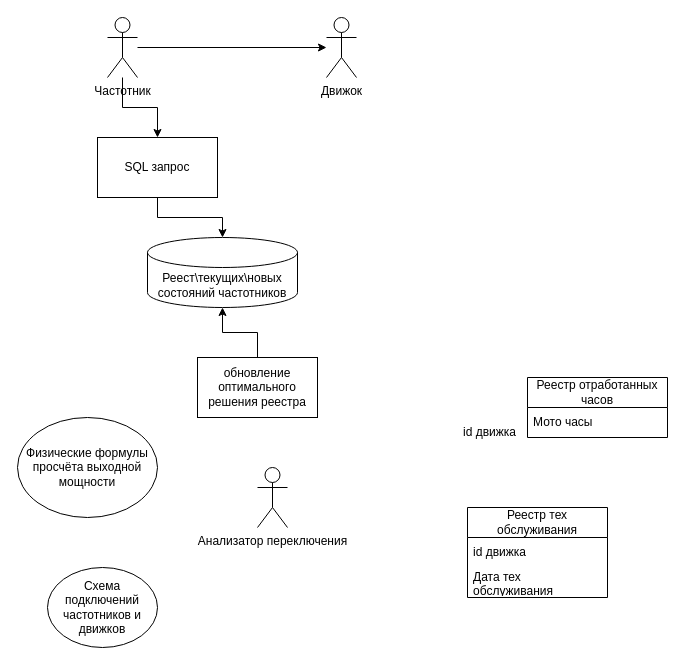
Above: Диаграмма без названия.drawio in StasLina/DrawIO (draw.io), before the change. Source tidied: cells renumbered, new cells numbered last; positions are measured from the earlier drawing's top-left corner, leaving out a move shared by most shapes. Both pictures are drawn from the tidied source at 100%, with x=0, y=0 at pixel (17, 17).
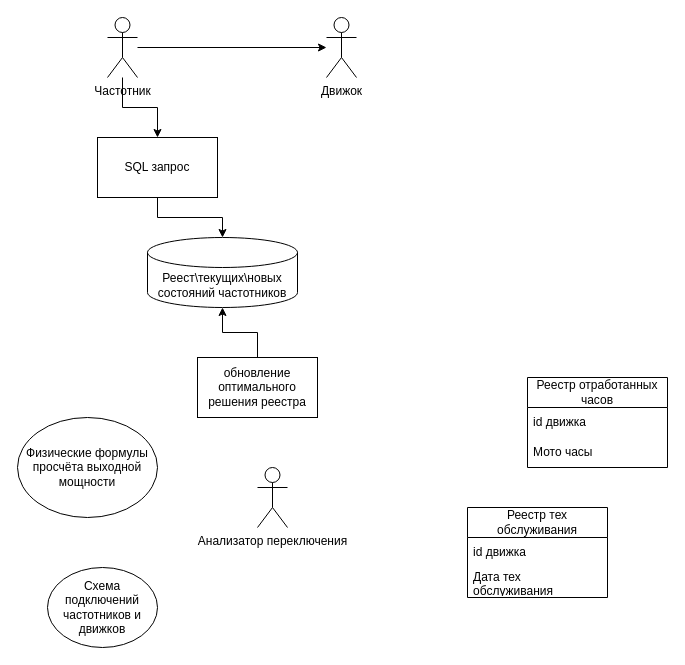
The same page after the edit.

What changed in the source:
```diff
@@
     <mxCell id="9" value="Реестр отработанных часов" style="swimlane;fontStyle=0;horizontal=1;startSize=30;whiteSpace=wrap;html=1;" parent="1" vertex="1">
-      <mxGeometry x="510" y="360" width="140" height="60" as="geometry" />
+      <mxGeometry x="510" y="360" width="140" height="90" as="geometry" />
     </mxCell>
+    <mxCell id="19" value="id движка" style="text;strokeColor=none;fillColor=none;align=left;verticalAlign=middle;spacingLeft=4;spacingRight=4;overflow=hidden;whiteSpace=wrap;html=1;" parent="9" vertex="1">
+      <mxGeometry y="30" width="140" height="30" as="geometry" />
+    </mxCell>
     <mxCell id="10" value="Мото часы" style="text;strokeColor=none;fillColor=none;align=left;verticalAlign=middle;spacingLeft=4;spacingRight=4;overflow=hidden;whiteSpace=wrap;html=1;" parent="9" vertex="1">
-      <mxGeometry y="30" width="140" height="30" as="geometry" />
+      <mxGeometry y="60" width="140" height="30" as="geometry" />
     </mxCell>
@@
-    <mxCell id="19" value="id движка" style="text;strokeColor=none;fillColor=none;align=left;verticalAlign=middle;spacingLeft=4;spacingRight=4;overflow=hidden;whiteSpace=wrap;html=1;" parent="1" vertex="1">
-      <mxGeometry x="440" y="400" width="140" height="30" as="geometry" />
-    </mxCell>
```
